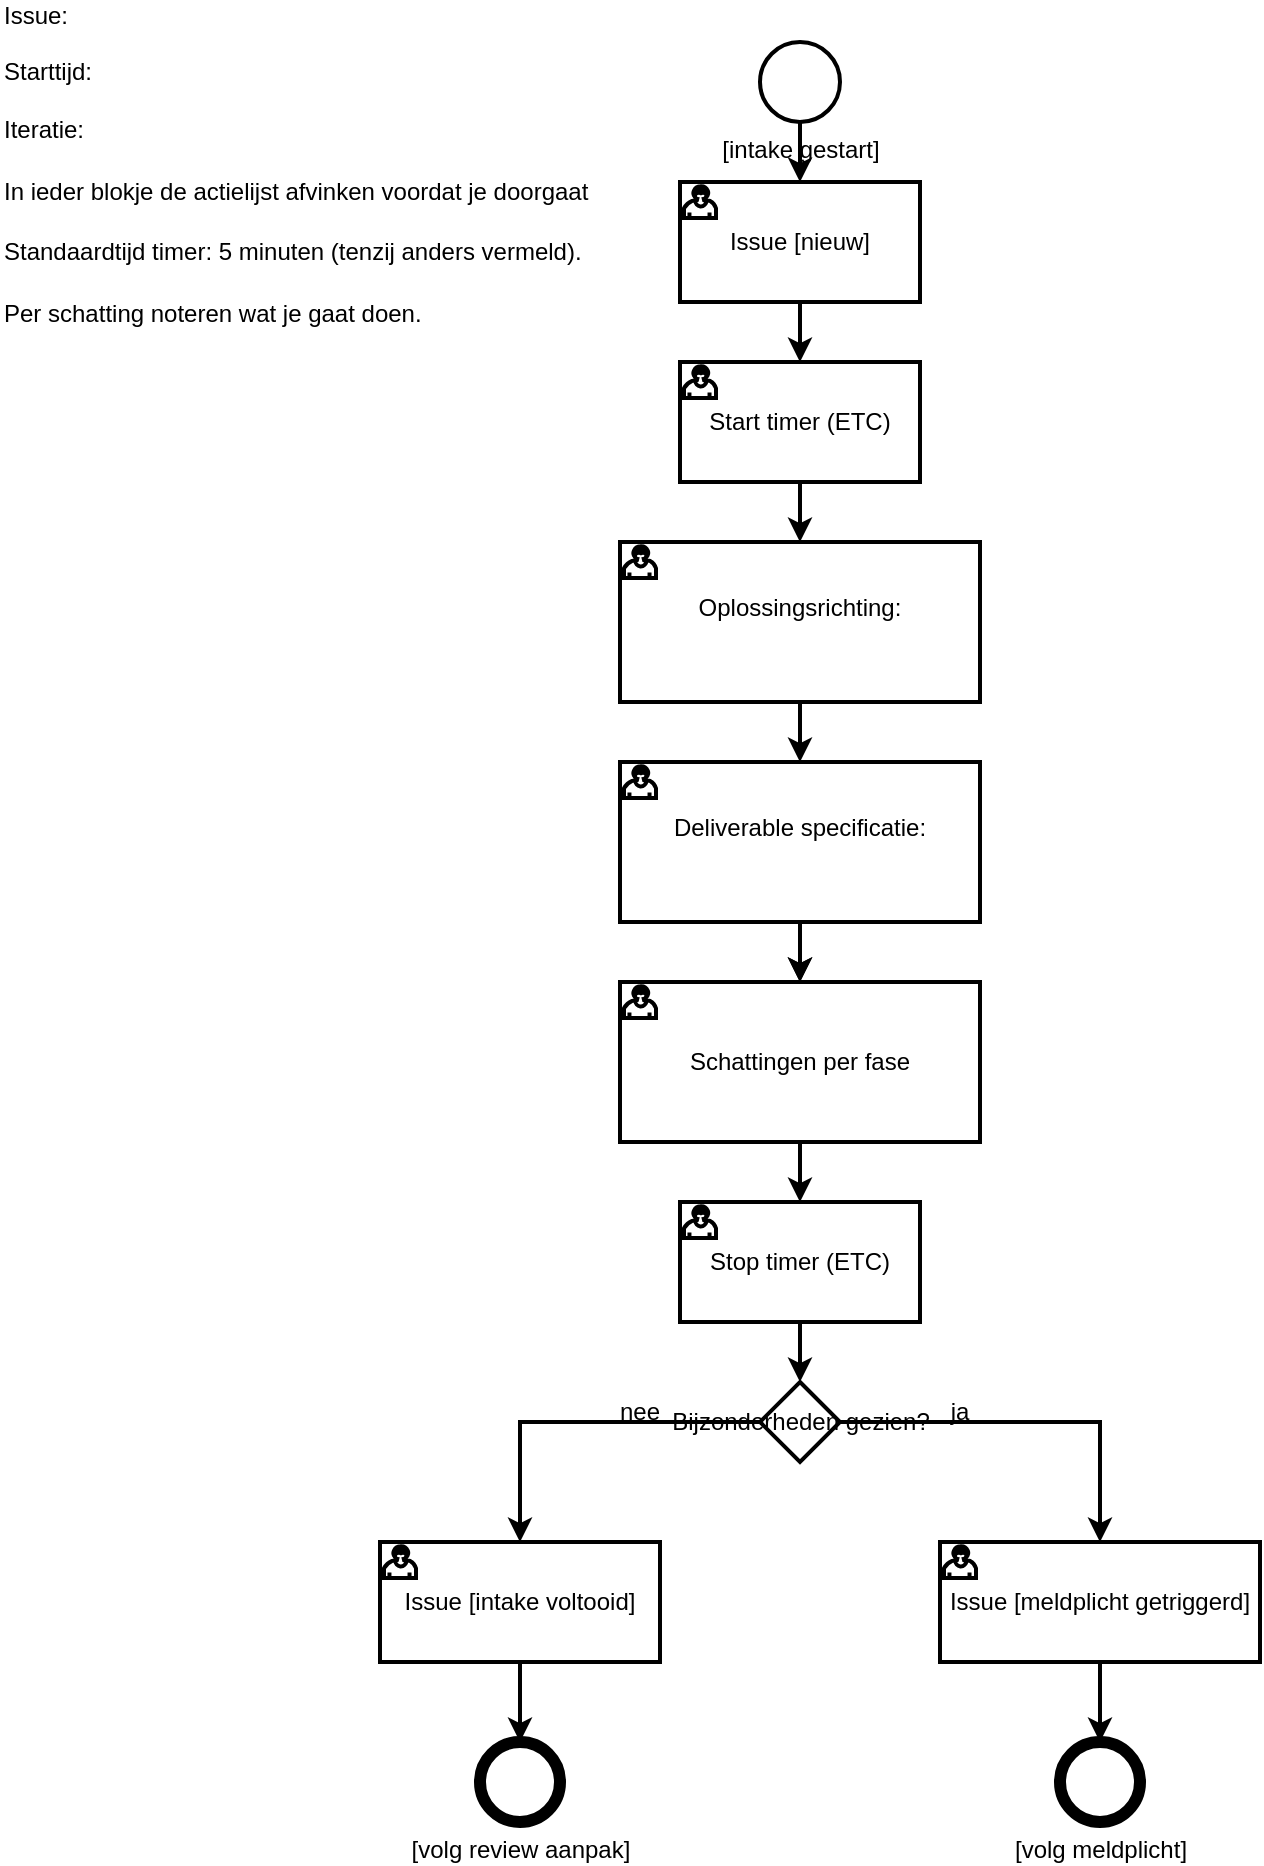
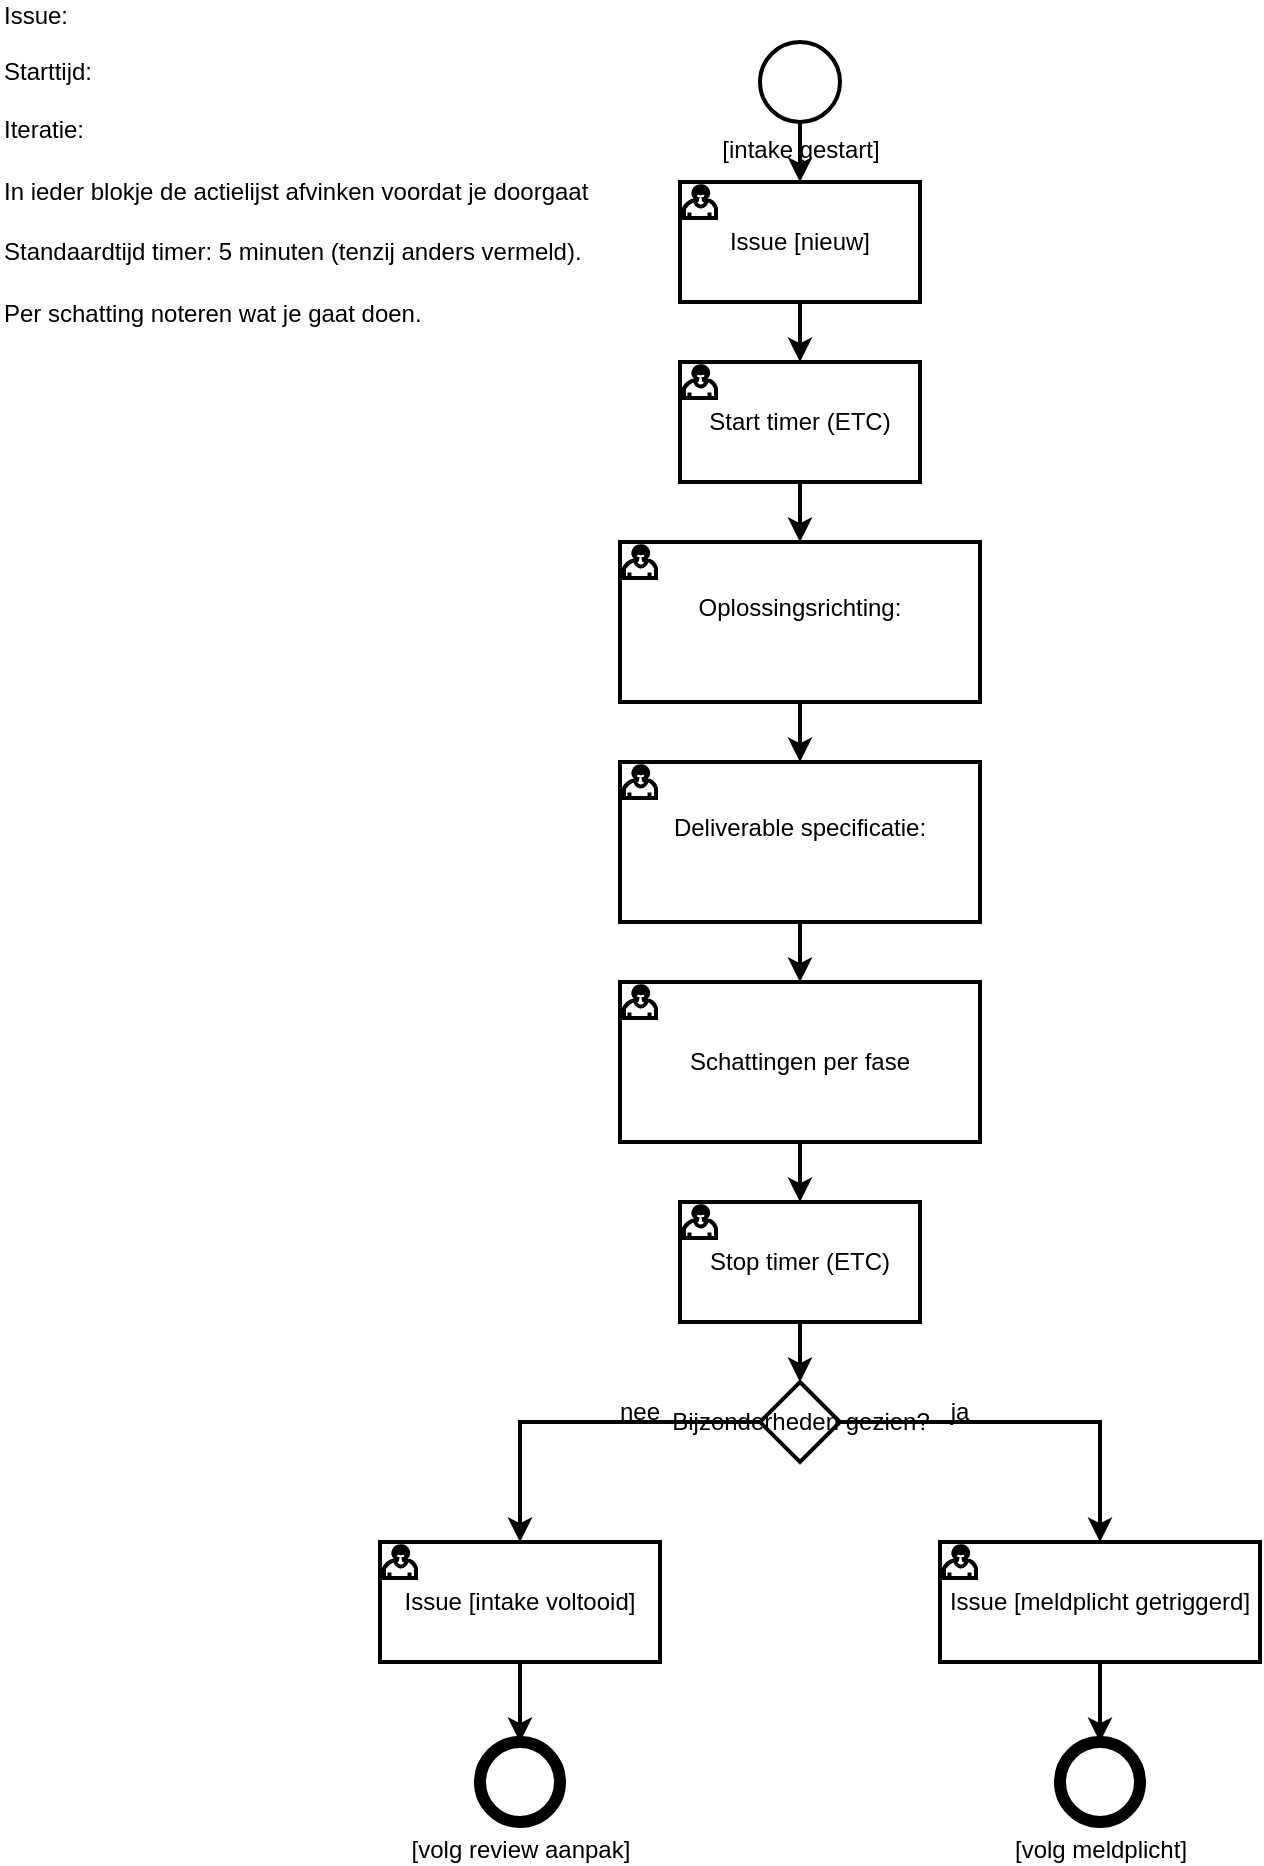
<mxfile host="Electron" agent="Mozilla/5.0 (Windows NT 10.0; Win64; x64) AppleWebKit/537.36 (KHTML, like Gecko) Chrome/143.0.0.0 Safari/537.36">
  <diagram name="Page-1" id="_NZFfUYCCha4VbYokAiz">
    <mxGraphModel dx="969" dy="999" grid="1" gridSize="10" guides="1" tooltips="1" connect="1" arrows="1" fold="1" page="1" pageScale="1" pageWidth="827" pageHeight="1169" math="0" shadow="0">
      <root>
        <mxCell id="0" />
        <mxCell id="1" parent="0" />
        <mxCell id="P_f_nOgWtSUi1s_T79Jf-6" parent="1" style="text;html=1;align=left;verticalAlign=middle;whiteSpace=wrap;rounded=0;" value="Issue:&amp;nbsp; &amp;nbsp;&lt;br&gt;&lt;br&gt;Starttijd:&lt;br&gt;&lt;br&gt;Iteratie:&amp;nbsp;" vertex="1">
          <mxGeometry height="30" width="60" x="10" y="30" as="geometry" />
        </mxCell>
        <mxCell id="P_f_nOgWtSUi1s_T79Jf-15" parent="1" style="text;html=1;whiteSpace=wrap;strokeColor=none;fillColor=none;align=left;verticalAlign=middle;rounded=0;" value="In ieder blokje de actielijst afvinken voordat je doorgaat" vertex="1">
          <mxGeometry height="30" width="300" x="10" y="90" as="geometry" />
        </mxCell>
        <mxCell id="P_f_nOgWtSUi1s_T79Jf-16" parent="1" style="text;html=1;whiteSpace=wrap;strokeColor=none;fillColor=none;align=left;verticalAlign=middle;rounded=0;" value="Standaardtijd timer: 5 minuten (tenzij anders vermeld)." vertex="1">
          <mxGeometry height="30" width="300" x="10" y="120" as="geometry" />
        </mxCell>
        <mxCell id="P_f_nOgWtSUi1s_T79Jf-17" parent="1" style="text;html=1;whiteSpace=wrap;strokeColor=none;fillColor=none;align=left;verticalAlign=middle;rounded=0;fontColor=#000000;" value="&lt;div style=&quot;line-height: 20px; white-space: pre;&quot;&gt;&lt;font face=&quot;Helvetica&quot; style=&quot;color: rgb(0, 0, 0);&quot;&gt;Per schatting noteren wat je gaat doen.&lt;/font&gt;&lt;/div&gt;" vertex="1">
          <mxGeometry height="30" width="300" x="10" y="150" as="geometry" />
        </mxCell>

        <object label="[intake gestart]" id="bpmn_start_event">
          <mxCell parent="1" style="shape=mxgraph.bpmn.event;html=1;verticalLabelPosition=bottom;labelBackgroundColor=#ffffff;verticalAlign=top;align=center;perimeter=ellipsePerimeter;outlineConnect=0;aspect=fixed;outline=standard;symbol=general;strokeWidth=2;" vertex="1">
            <mxGeometry height="40" width="40" x="390" y="30" as="geometry" />
          </mxCell>
        </object>

        <object label="Issue [nieuw]" id="bpmn_task_nieuw">
          <mxCell parent="1" style="shape=mxgraph.bpmn.task;html=1;verticalAlign=middle;align=center;whiteSpace=wrap;taskMarker=user;strokeWidth=2;" vertex="1">
            <mxGeometry height="60" width="120" x="350" y="100" as="geometry" />
          </mxCell>
        </object>

        <object label="Start timer (ETC)" Action="101" id="bpmn_task_start_timer">
          <mxCell parent="1" style="shape=mxgraph.bpmn.task;html=1;verticalAlign=middle;align=center;whiteSpace=wrap;taskMarker=user;strokeWidth=2;" vertex="1">
            <mxGeometry height="60" width="120" x="350" y="190" as="geometry" />
          </mxCell>
        </object>

        <object label="Oplossingsrichting:&lt;div&gt;&lt;br&gt;&lt;/div&gt;" Action="102" id="bpmn_task_oplossingsrichting">
          <mxCell parent="1" style="shape=mxgraph.bpmn.task;html=1;verticalAlign=middle;align=center;whiteSpace=wrap;taskMarker=user;strokeWidth=2;" vertex="1">
            <mxGeometry height="80" width="180" x="320" y="280" as="geometry" />
          </mxCell>
        </object>

        <object label="Deliverable specificatie:&lt;div&gt;&lt;br&gt;&lt;/div&gt;" Action="103" id="bpmn_task_deliverables">
          <mxCell parent="1" style="shape=mxgraph.bpmn.task;html=1;verticalAlign=middle;align=center;whiteSpace=wrap;taskMarker=user;strokeWidth=2;" vertex="1">
            <mxGeometry height="80" width="180" x="320" y="390" as="geometry" />
          </mxCell>
        </object>

        <object label="Schattingen per fase" Action="104" id="bpmn_task_planning">
          <mxCell parent="1" style="shape=mxgraph.bpmn.task;html=1;verticalAlign=middle;align=center;whiteSpace=wrap;taskMarker=user;strokeWidth=2;" vertex="1">
            <mxGeometry height="80" width="180" x="320" y="500" as="geometry" />
          </mxCell>
        </object>

        <object label="Stop timer (ETC)" Action="105" id="bpmn_task_stop_timer">
          <mxCell parent="1" style="shape=mxgraph.bpmn.task;html=1;verticalAlign=middle;align=center;whiteSpace=wrap;taskMarker=user;strokeWidth=2;" vertex="1">
            <mxGeometry height="60" width="120" x="350" y="610" as="geometry" />
          </mxCell>
        </object>

        <object label="Bijzonderheden gezien?" Action="106" id="bpmn_gateway_bijzonderheden">
          <mxCell parent="1" style="shape=mxgraph.bpmn.gateway;html=1;align=center;verticalAlign=middle;perimeter=rhombusPerimeter;outlineConnect=0;gatewaySymbol=exclusive;strokeWidth=2;" vertex="1">
            <mxGeometry height="40" width="40" x="390" y="700" as="geometry" />
          </mxCell>
        </object>

        <object label="Issue [intake voltooid]" id="bpmn_task_intake_voltooid">
          <mxCell parent="1" style="shape=mxgraph.bpmn.task;html=1;verticalAlign=middle;align=center;whiteSpace=wrap;taskMarker=user;strokeWidth=2;" vertex="1">
            <mxGeometry height="60" width="140" x="200" y="780" as="geometry" />
          </mxCell>
        </object>

        <object label="[volg review aanpak]" Action="106F" id="bpmn_end_aanpak">
          <mxCell parent="1" style="shape=mxgraph.bpmn.event;html=1;verticalLabelPosition=bottom;labelBackgroundColor=#ffffff;verticalAlign=top;align=center;perimeter=ellipsePerimeter;outlineConnect=0;aspect=fixed;outline=end;symbol=general;strokeWidth=2;" vertex="1">
            <mxGeometry height="40" width="40" x="250" y="880" as="geometry" />
          </mxCell>
        </object>

        <object label="Issue [meldplicht getriggerd]" id="bpmn_task_meldplicht_getriggerd">
          <mxCell parent="1" style="shape=mxgraph.bpmn.task;html=1;verticalAlign=middle;align=center;whiteSpace=wrap;taskMarker=user;strokeWidth=2;" vertex="1">
            <mxGeometry height="60" width="160" x="480" y="780" as="geometry" />
          </mxCell>
        </object>

        <object label="[volg meldplicht]" Action="106T" id="bpmn_end_meldplicht">
          <mxCell parent="1" style="shape=mxgraph.bpmn.event;html=1;verticalLabelPosition=bottom;labelBackgroundColor=#ffffff;verticalAlign=top;align=center;perimeter=ellipsePerimeter;outlineConnect=0;aspect=fixed;outline=end;symbol=general;strokeWidth=2;" vertex="1">
            <mxGeometry height="40" width="40" x="540" y="880" as="geometry" />
          </mxCell>
        </object>

        <mxCell id="edge_start_to_nieuw" edge="1" parent="1" source="bpmn_start_event" style="edgeStyle=orthogonalEdgeStyle;rounded=0;orthogonalLoop=1;jettySize=auto;html=1;strokeWidth=2;" target="bpmn_task_nieuw">
          <mxGeometry relative="1" as="geometry" />
        </mxCell>
        <mxCell id="edge_nieuw_to_start_timer" edge="1" parent="1" source="bpmn_task_nieuw" style="edgeStyle=orthogonalEdgeStyle;rounded=0;orthogonalLoop=1;jettySize=auto;html=1;strokeWidth=2;" target="bpmn_task_start_timer">
          <mxGeometry relative="1" as="geometry" />
        </mxCell>
        <mxCell id="edge_start_timer_to_oplossingsrichting" edge="1" parent="1" source="bpmn_task_start_timer" style="edgeStyle=orthogonalEdgeStyle;rounded=0;orthogonalLoop=1;jettySize=auto;html=1;strokeWidth=2;" target="bpmn_task_oplossingsrichting">
          <mxGeometry relative="1" as="geometry" />
        </mxCell>
        <mxCell id="edge_oplossingsrichting_to_deliverables" edge="1" parent="1" source="bpmn_task_oplossingsrichting" style="edgeStyle=orthogonalEdgeStyle;rounded=0;orthogonalLoop=1;jettySize=auto;html=1;strokeWidth=2;" target="bpmn_task_deliverables">
          <mxGeometry relative="1" as="geometry" />
        </mxCell>
        <mxCell id="edge_deliverables_to_planning" edge="1" parent="1" source="bpmn_task_deliverables" style="edgeStyle=orthogonalEdgeStyle;rounded=0;orthogonalLoop=1;jettySize=auto;html=1;strokeWidth=2;" target="bpmn_task_planning">
          <mxGeometry relative="1" as="geometry" />
        </mxCell>
-         <mxCell id="edge_planning_to_stop_timer" edge="1" parent="1" source="bpmn_task_deliverables" style="edgeStyle=orthogonalEdgeStyle;rounded=0;orthogonalLoop=1;jettySize=auto;html=1;strokeWidth=2;" target="bpmn_task_planning">
-           <mxGeometry relative="1" as="geometry" />
-         </mxCell>
        <mxCell id="edge_planning_to_stop_timer_actual" edge="1" parent="1" source="bpmn_task_planning" style="edgeStyle=orthogonalEdgeStyle;rounded=0;orthogonalLoop=1;jettySize=auto;html=1;strokeWidth=2;" target="bpmn_task_stop_timer">
          <mxGeometry relative="1" as="geometry" />
        </mxCell>
        <mxCell id="edge_stop_timer_to_gateway" edge="1" parent="1" source="bpmn_task_stop_timer" style="edgeStyle=orthogonalEdgeStyle;rounded=0;orthogonalLoop=1;jettySize=auto;html=1;strokeWidth=2;" target="bpmn_gateway_bijzonderheden">
          <mxGeometry relative="1" as="geometry" />
        </mxCell>
        <mxCell id="edge_gateway_to_voltooid" edge="1" parent="1" source="bpmn_gateway_bijzonderheden" style="edgeStyle=orthogonalEdgeStyle;rounded=0;orthogonalLoop=1;jettySize=auto;html=1;strokeWidth=2;exitX=0;exitY=0.5;" target="bpmn_task_intake_voltooid">
          <mxGeometry relative="1" as="geometry">
            <Array as="points">
              <mxPoint x="270" y="720" />
            </Array>
          </mxGeometry>
        </mxCell>
        <mxCell id="edge_voltooid_to_end" edge="1" parent="1" source="bpmn_task_intake_voltooid" style="edgeStyle=orthogonalEdgeStyle;rounded=0;orthogonalLoop=1;jettySize=auto;html=1;strokeWidth=2;" target="bpmn_end_aanpak">
          <mxGeometry relative="1" as="geometry" />
        </mxCell>
        <mxCell id="edge_gateway_to_meldplicht" edge="1" parent="1" source="bpmn_gateway_bijzonderheden" style="edgeStyle=orthogonalEdgeStyle;rounded=0;orthogonalLoop=1;jettySize=auto;html=1;strokeWidth=2;exitX=1;exitY=0.5;" target="bpmn_task_meldplicht_getriggerd">
          <mxGeometry relative="1" as="geometry">
            <Array as="points">
              <mxPoint x="560" y="720" />
            </Array>
          </mxGeometry>
        </mxCell>
        <mxCell id="edge_meldplicht_to_end" edge="1" parent="1" source="bpmn_task_meldplicht_getriggerd" style="edgeStyle=orthogonalEdgeStyle;rounded=0;orthogonalLoop=1;jettySize=auto;html=1;strokeWidth=2;" target="bpmn_end_meldplicht">
          <mxGeometry relative="1" as="geometry" />
        </mxCell>
        <mxCell id="P_f_nOgWtSUi1s_T79Jf-22" parent="1" style="text;html=1;whiteSpace=wrap;strokeColor=none;fillColor=none;align=center;verticalAlign=middle;rounded=0;" value="nee" vertex="1">
          <mxGeometry height="30" width="60" x="300" y="700" as="geometry" />
        </mxCell>
        <mxCell id="P_f_nOgWtSUi1s_T79Jf-23" parent="1" style="text;html=1;whiteSpace=wrap;strokeColor=none;fillColor=none;align=center;verticalAlign=middle;rounded=0;" value="ja" vertex="1">
          <mxGeometry height="30" width="60" x="460" y="700" as="geometry" />
        </mxCell>
      </root>
    </mxGraphModel>
  </diagram>
</mxfile>